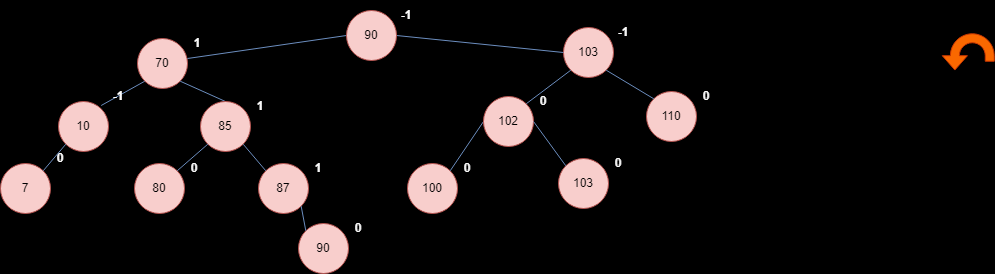
Above: arbolBin.png in AnaTuPatrona/pepito (draw.io), before the change. Source tidied: cells renumbered, new cells last; positions are measured from the earlier drawing's top-left corner, leaving out a move shared by most shapes.
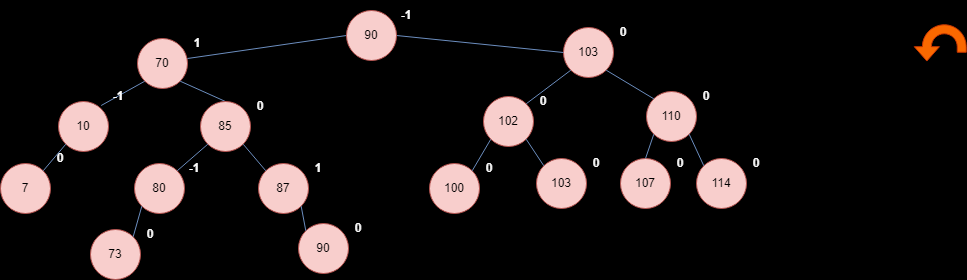
Later version of the same file.

Change to the diagram source:
```diff
@@ -11,7 +11,7 @@
     <mxCell id="4" value="80" style="ellipse;whiteSpace=wrap;html=1;fillColor=#f8cecc;strokeColor=#b85450;" parent="3" vertex="1">
       <mxGeometry y="10" width="50" height="50" as="geometry" />
     </mxCell>
-    <mxCell id="5" value="0" style="text;html=1;align=center;verticalAlign=middle;whiteSpace=wrap;rounded=0;fontFamily=Helvetica;fontSize=12;glass=0;shadow=0;dashed=1;dashPattern=8 8;fontStyle=1;fontColor=#FAFAFA;" parent="3" vertex="1">
+    <mxCell id="5" value="-1" style="text;html=1;align=center;verticalAlign=middle;whiteSpace=wrap;rounded=0;fontFamily=Helvetica;fontSize=12;glass=0;shadow=0;dashed=1;dashPattern=8 8;fontStyle=1;fontColor=#FAFAFA;" parent="3" vertex="1">
       <mxGeometry x="50" width="20" height="30" as="geometry" />
     </mxCell>
     <mxCell id="6" style="group;" parent="1" vertex="1">
@@ -36,7 +36,7 @@
       <mxGeometry relative="1" as="geometry" />
     </mxCell>
     <mxCell id="13" style="html=1;shadow=0;dashed=0;align=center;verticalAlign=middle;shape=mxgraph.arrows2.uTurnArrow;dy=4.5;arrowHead=25.23;dx2=14.37;strokeColor=#C73500;fontFamily=Helvetica;fontSize=12;fontColor=#000000;fillColor=#fa6800;rotation=90;flipH=0;flipV=1;" parent="1" vertex="1">
-      <mxGeometry x="954" y="21" width="27.5" height="52" as="geometry" />
+      <mxGeometry x="926" y="12" width="27.5" height="52" as="geometry" />
     </mxCell>
     <mxCell id="14" style="group;" parent="1" vertex="1">
       <mxGeometry x="563" y="17" width="70" height="60" as="geometry" />
@@ -44,7 +44,7 @@
     <mxCell id="15" value="103" style="ellipse;whiteSpace=wrap;html=1;fillColor=#f8cecc;strokeColor=#b85450;" parent="14" vertex="1">
       <mxGeometry y="10" width="50" height="50" as="geometry" />
     </mxCell>
-    <mxCell id="16" value="-1" style="text;html=1;align=center;verticalAlign=middle;whiteSpace=wrap;rounded=0;fontFamily=Helvetica;fontSize=12;glass=0;shadow=0;dashed=1;dashPattern=8 8;fontStyle=1;fontColor=#FAFAFA;" parent="14" vertex="1">
+    <mxCell id="16" value="0" style="text;html=1;align=center;verticalAlign=middle;whiteSpace=wrap;rounded=0;fontFamily=Helvetica;fontSize=12;glass=0;shadow=0;dashed=1;dashPattern=8 8;fontStyle=1;fontColor=#FAFAFA;" parent="14" vertex="1">
       <mxGeometry x="50" width="20" height="30" as="geometry" />
     </mxCell>
     <mxCell id="17" style="endArrow=none;html=1;rounded=0;fontFamily=Helvetica;fontSize=12;fontColor=default;fillColor=#dae8fc;strokeColor=#6c8ebf;entryX=0;entryY=0.5;entryDx=0;entryDy=0;exitX=1;exitY=0.5;exitDx=0;exitDy=0;" parent="1" edge="1" source="27" target="15">
@@ -87,7 +87,7 @@
       <mxGeometry relative="1" as="geometry" />
     </mxCell>
     <mxCell id="30" style="group;" parent="1" vertex="1">
-      <mxGeometry x="407" y="153" width="70" height="60" as="geometry" />
+      <mxGeometry x="429" y="153" width="70" height="60" as="geometry" />
     </mxCell>
     <mxCell id="31" value="100" style="ellipse;whiteSpace=wrap;html=1;fillColor=#f8cecc;strokeColor=#b85450;" parent="30" vertex="1">
       <mxGeometry y="10" width="50" height="50" as="geometry" />
@@ -104,7 +104,7 @@
     <mxCell id="35" value="85" style="ellipse;whiteSpace=wrap;html=1;fillColor=#f8cecc;strokeColor=#b85450;" parent="34" vertex="1">
       <mxGeometry y="10" width="50" height="50" as="geometry" />
     </mxCell>
-    <mxCell id="36" value="1" style="text;html=1;align=center;verticalAlign=middle;whiteSpace=wrap;rounded=0;fontFamily=Helvetica;fontSize=12;glass=0;shadow=0;dashed=1;dashPattern=8 8;fontStyle=1;fontColor=#FAFAFA;" parent="34" vertex="1">
+    <mxCell id="36" value="0" style="text;html=1;align=center;verticalAlign=middle;whiteSpace=wrap;rounded=0;fontFamily=Helvetica;fontSize=12;glass=0;shadow=0;dashed=1;dashPattern=8 8;fontStyle=1;fontColor=#FAFAFA;" parent="34" vertex="1">
       <mxGeometry x="50" width="20" height="30" as="geometry" />
     </mxCell>
     <mxCell id="37" style="endArrow=none;html=1;rounded=0;fontFamily=Helvetica;fontSize=12;fontColor=default;exitX=1;exitY=0;exitDx=0;exitDy=0;fillColor=#dae8fc;strokeColor=#6c8ebf;entryX=0;entryY=1;entryDx=0;entryDy=0;" parent="1" edge="1" source="4" target="35">
@@ -123,7 +123,7 @@
       <mxGeometry relative="1" as="geometry" />
     </mxCell>
     <mxCell id="42" style="group;" parent="1" vertex="1">
-      <mxGeometry x="558" y="148" width="70" height="60" as="geometry" />
+      <mxGeometry x="536" y="148" width="70" height="60" as="geometry" />
     </mxCell>
     <mxCell id="43" value="103" style="ellipse;whiteSpace=wrap;html=1;fillColor=#f8cecc;strokeColor=#b85450;" parent="42" vertex="1">
       <mxGeometry y="10" width="50" height="50" as="geometry" />
@@ -131,7 +131,7 @@
     <mxCell id="44" value="0" style="text;html=1;align=center;verticalAlign=middle;whiteSpace=wrap;rounded=0;fontFamily=Helvetica;fontSize=12;glass=0;shadow=0;dashed=1;dashPattern=8 8;fontStyle=1;fontColor=#FAFAFA;" parent="42" vertex="1">
       <mxGeometry x="50" width="20" height="30" as="geometry" />
     </mxCell>
-    <mxCell id="45" style="endArrow=none;html=1;rounded=0;fontFamily=Helvetica;fontSize=12;fontColor=default;fillColor=#dae8fc;strokeColor=#6c8ebf;exitX=1;exitY=0;exitDx=0;exitDy=0;entryX=0;entryY=0.5;entryDx=0;entryDy=0;" parent="1" edge="1" source="31" target="51">
+    <mxCell id="45" style="endArrow=none;html=1;rounded=0;fontFamily=Helvetica;fontSize=12;fontColor=default;fillColor=#dae8fc;strokeColor=#6c8ebf;exitX=1;exitY=0;exitDx=0;exitDy=0;entryX=0;entryY=1;entryDx=0;entryDy=0;" parent="1" edge="1" source="31" target="51">
       <mxGeometry relative="1" as="geometry" />
     </mxCell>
     <mxCell id="46" style="group;" parent="1" vertex="1">
@@ -155,8 +155,44 @@
     <mxCell id="52" value="0" style="text;html=1;align=center;verticalAlign=middle;whiteSpace=wrap;rounded=0;fontFamily=Helvetica;fontSize=12;glass=0;shadow=0;dashed=1;dashPattern=8 8;fontStyle=1;fontColor=#FAFAFA;" parent="50" vertex="1">
       <mxGeometry x="50" width="20" height="30" as="geometry" />
     </mxCell>
-    <mxCell id="53" style="endArrow=none;html=1;rounded=0;fontFamily=Helvetica;fontSize=12;fontColor=default;exitX=0;exitY=0;exitDx=0;exitDy=0;fillColor=#dae8fc;strokeColor=#6c8ebf;entryX=1;entryY=0.5;entryDx=0;entryDy=0;" parent="1" edge="1" source="43" target="51">
+    <mxCell id="53" style="endArrow=none;html=1;rounded=0;fontFamily=Helvetica;fontSize=12;fontColor=default;exitX=0;exitY=0;exitDx=0;exitDy=0;fillColor=#dae8fc;strokeColor=#6c8ebf;entryX=1;entryY=1;entryDx=0;entryDy=0;" parent="1" edge="1" source="43" target="51">
       <mxGeometry relative="1" as="geometry" />
     </mxCell>
+    <mxCell id="54" style="group;" parent="1" vertex="1">
+      <mxGeometry x="620" y="148" width="70" height="60" as="geometry" />
+    </mxCell>
+    <mxCell id="55" value="107" style="ellipse;whiteSpace=wrap;html=1;fillColor=#f8cecc;strokeColor=#b85450;" parent="54" vertex="1">
+      <mxGeometry y="10" width="50" height="50" as="geometry" />
+    </mxCell>
+    <mxCell id="56" value="0" style="text;html=1;align=center;verticalAlign=middle;whiteSpace=wrap;rounded=0;fontFamily=Helvetica;fontSize=12;glass=0;shadow=0;dashed=1;dashPattern=8 8;fontStyle=1;fontColor=#FAFAFA;" parent="54" vertex="1">
+      <mxGeometry x="50" width="20" height="30" as="geometry" />
+    </mxCell>
+    <mxCell id="57" style="endArrow=none;html=1;rounded=0;fontFamily=Helvetica;fontSize=12;fontColor=default;exitX=0.5;exitY=0;exitDx=0;exitDy=0;fillColor=#dae8fc;strokeColor=#6c8ebf;entryX=0;entryY=1;entryDx=0;entryDy=0;" parent="1" edge="1" source="55" target="19">
+      <mxGeometry relative="1" as="geometry" />
+    </mxCell>
+    <mxCell id="58" style="group;" parent="1" vertex="1">
+      <mxGeometry x="696" y="148" width="70" height="60" as="geometry" />
+    </mxCell>
+    <mxCell id="59" value="114" style="ellipse;whiteSpace=wrap;html=1;fillColor=#f8cecc;strokeColor=#b85450;" parent="58" vertex="1">
+      <mxGeometry y="10" width="50" height="50" as="geometry" />
+    </mxCell>
+    <mxCell id="60" value="0" style="text;html=1;align=center;verticalAlign=middle;whiteSpace=wrap;rounded=0;fontFamily=Helvetica;fontSize=12;glass=0;shadow=0;dashed=1;dashPattern=8 8;fontStyle=1;fontColor=#FAFAFA;" parent="58" vertex="1">
+      <mxGeometry x="50" width="20" height="30" as="geometry" />
+    </mxCell>
+    <mxCell id="61" style="endArrow=none;html=1;rounded=0;fontFamily=Helvetica;fontSize=12;fontColor=default;exitX=0;exitY=0;exitDx=0;exitDy=0;fillColor=#dae8fc;strokeColor=#6c8ebf;entryX=1;entryY=1;entryDx=0;entryDy=0;" parent="1" edge="1" source="59" target="19">
+      <mxGeometry relative="1" as="geometry" />
+    </mxCell>
+    <mxCell id="62" style="group;" parent="1" vertex="1">
+      <mxGeometry x="90" y="219" width="70" height="60" as="geometry" />
+    </mxCell>
+    <mxCell id="63" value="73" style="ellipse;whiteSpace=wrap;html=1;fillColor=#f8cecc;strokeColor=#b85450;" parent="62" vertex="1">
+      <mxGeometry y="10" width="50" height="50" as="geometry" />
+    </mxCell>
+    <mxCell id="64" value="0" style="text;html=1;align=center;verticalAlign=middle;whiteSpace=wrap;rounded=0;fontFamily=Helvetica;fontSize=12;glass=0;shadow=0;dashed=1;dashPattern=8 8;fontStyle=1;fontColor=#FAFAFA;" parent="62" vertex="1">
+      <mxGeometry x="50" width="20" height="30" as="geometry" />
+    </mxCell>
+    <mxCell id="65" style="endArrow=none;html=1;rounded=0;fontFamily=Helvetica;fontSize=12;fontColor=default;exitX=1;exitY=0;exitDx=0;exitDy=0;fillColor=#dae8fc;strokeColor=#6c8ebf;entryX=0;entryY=1;entryDx=0;entryDy=0;" parent="1" edge="1" source="63" target="4">
+      <mxGeometry relative="1" as="geometry" />
+    </mxCell>
   </root>
 </mxGraphModel>
```
